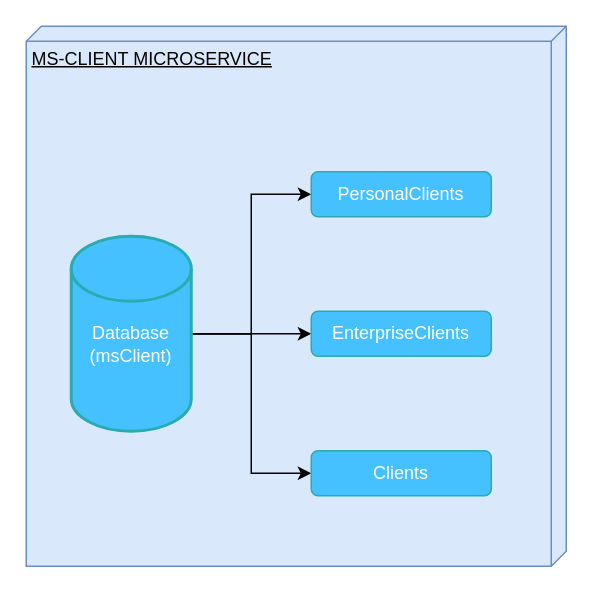
This is page "CLIENTS" (2 of 4) of Bootcamp Bank Architecture.drawio from BOOTCAMP-BANK-PROJECT/architecture-diagrams, a draw.io file, before an edit. Source tidied: cells renumbered, new cells numbered last; positions are measured from the earlier drawing's top-left corner, leaving out a move shared by most shapes. Both pictures are drawn from the tidied source at 150%, with x=0, y=0 at pixel (26, 26).
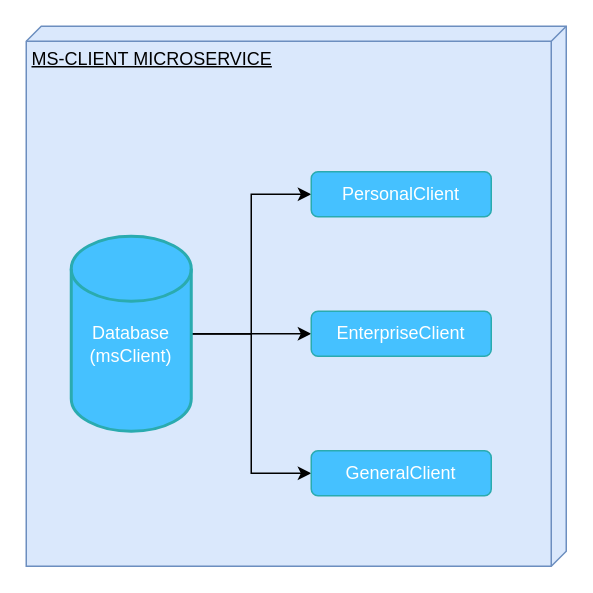
The same diagram, later.

Diff of the diagram source:
```diff
@@
 <mxGraphModel>
   <root>
     <mxCell id="0" />
     <mxCell id="1" parent="0" />
     <mxCell id="2" value="MS-CLIENT MICROSERVICE" style="verticalAlign=top;align=left;spacingTop=8;spacingLeft=2;spacingRight=12;shape=cube;size=10;direction=south;fontStyle=4;html=1;fillColor=#dae8fc;strokeColor=#6c8ebf;" parent="1" vertex="1">
       <mxGeometry width="360" height="360" as="geometry" />
     </mxCell>
     <mxCell id="3" style="edgeStyle=orthogonalEdgeStyle;rounded=0;jettySize=auto;html=1;entryX=0;entryY=0.5;entryDx=0;entryDy=0;fontColor=#FFFFFF;" parent="1" edge="1" source="6" target="7">
       <mxGeometry relative="1" as="geometry" />
     </mxCell>
     <mxCell id="4" style="edgeStyle=orthogonalEdgeStyle;rounded=0;jettySize=auto;html=1;fontColor=#FFFFFF;" parent="1" edge="1" source="6" target="8">
       <mxGeometry relative="1" as="geometry" />
     </mxCell>
     <mxCell id="5" style="edgeStyle=orthogonalEdgeStyle;rounded=0;jettySize=auto;html=1;entryX=0;entryY=0.5;entryDx=0;entryDy=0;fontColor=#FFFFFF;" parent="1" edge="1" source="6" target="9">
       <mxGeometry relative="1" as="geometry" />
     </mxCell>
     <mxCell id="6" value="&lt;br&gt;Database&lt;br&gt;(msClient)" style="strokeWidth=2;html=1;shape=mxgraph.flowchart.database;whiteSpace=wrap;fillColor=#45C1FF;strokeColor=#2AABAF;fontColor=#ffffff;" parent="1" vertex="1">
       <mxGeometry x="30" y="140" width="80" height="130" as="geometry" />
     </mxCell>
-    <mxCell id="7" value="PersonalClients" style="rounded=1;whiteSpace=wrap;html=1;strokeColor=#2AABAF;fillColor=#45C1FF;fontColor=#FFFFFF;" parent="1" vertex="1">
+    <mxCell id="7" value="PersonalClient" style="rounded=1;whiteSpace=wrap;html=1;strokeColor=#2AABAF;fillColor=#45C1FF;fontColor=#FFFFFF;" parent="1" vertex="1">
       <mxGeometry x="190" y="97" width="120" height="30" as="geometry" />
     </mxCell>
-    <mxCell id="8" value="EnterpriseClients" style="rounded=1;whiteSpace=wrap;html=1;strokeColor=#2AABAF;fillColor=#45C1FF;fontColor=#FFFFFF;" parent="1" vertex="1">
+    <mxCell id="8" value="EnterpriseClient" style="rounded=1;whiteSpace=wrap;html=1;strokeColor=#2AABAF;fillColor=#45C1FF;fontColor=#FFFFFF;" parent="1" vertex="1">
       <mxGeometry x="190" y="190" width="120" height="30" as="geometry" />
     </mxCell>
-    <mxCell id="9" value="Clients" style="rounded=1;whiteSpace=wrap;html=1;strokeColor=#2AABAF;fillColor=#45C1FF;fontColor=#FFFFFF;" parent="1" vertex="1">
+    <mxCell id="9" value="GeneralClient" style="rounded=1;whiteSpace=wrap;html=1;strokeColor=#2AABAF;fillColor=#45C1FF;fontColor=#FFFFFF;" parent="1" vertex="1">
       <mxGeometry x="190" y="283" width="120" height="30" as="geometry" />
     </mxCell>
   </root>
 </mxGraphModel>
```
